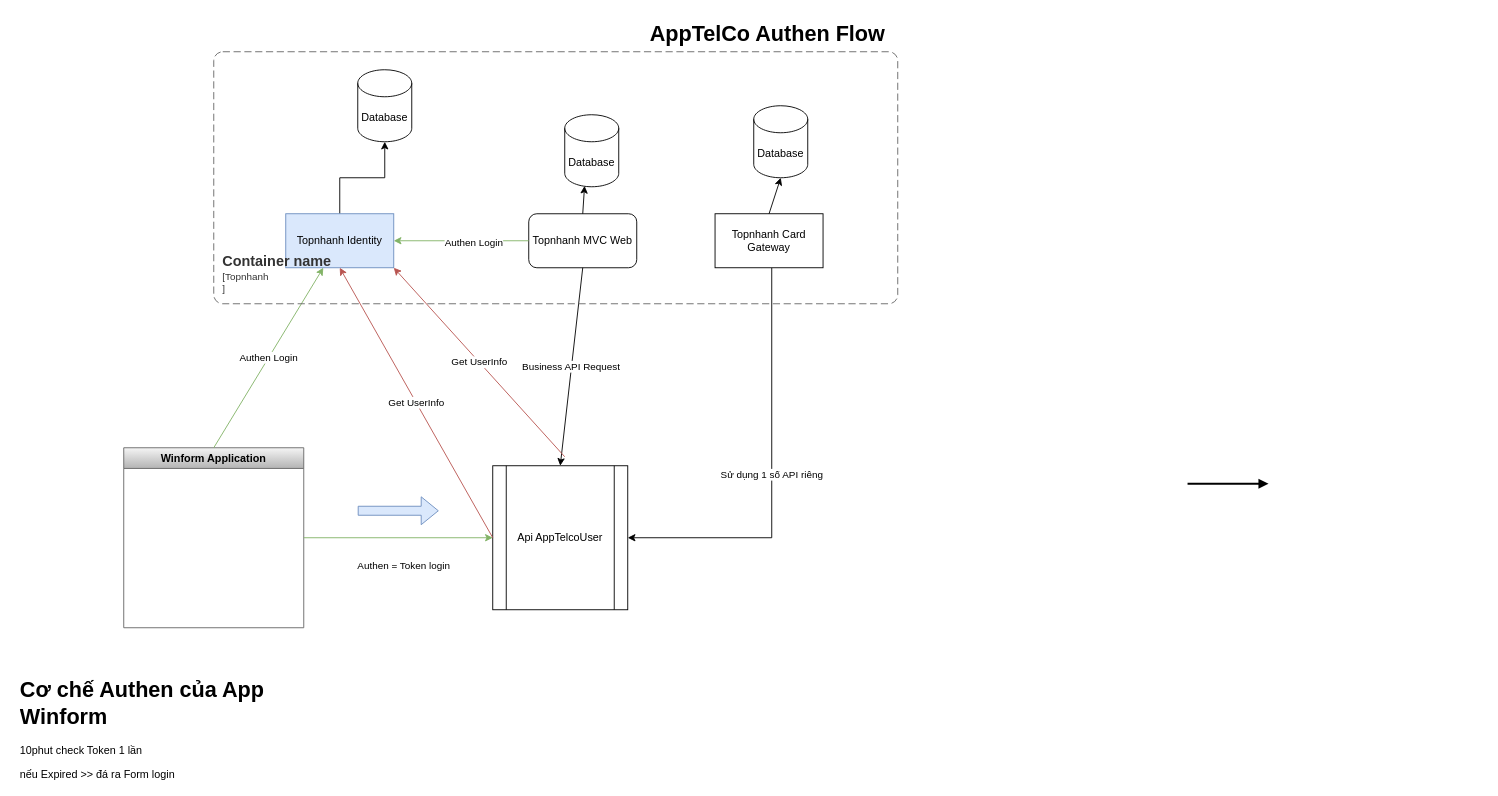
This is topnhanh/Untitled Diagram.drawio from bachdev/diagram, a draw.io file, before an edit. Source tidied: cells renumbered, new cells numbered last; positions are measured from the earlier drawing's top-left corner, leaving out a move shared by most shapes. Both pictures are drawn from the tidied source at 90%, with x=0, y=0 at pixel (15, 15).
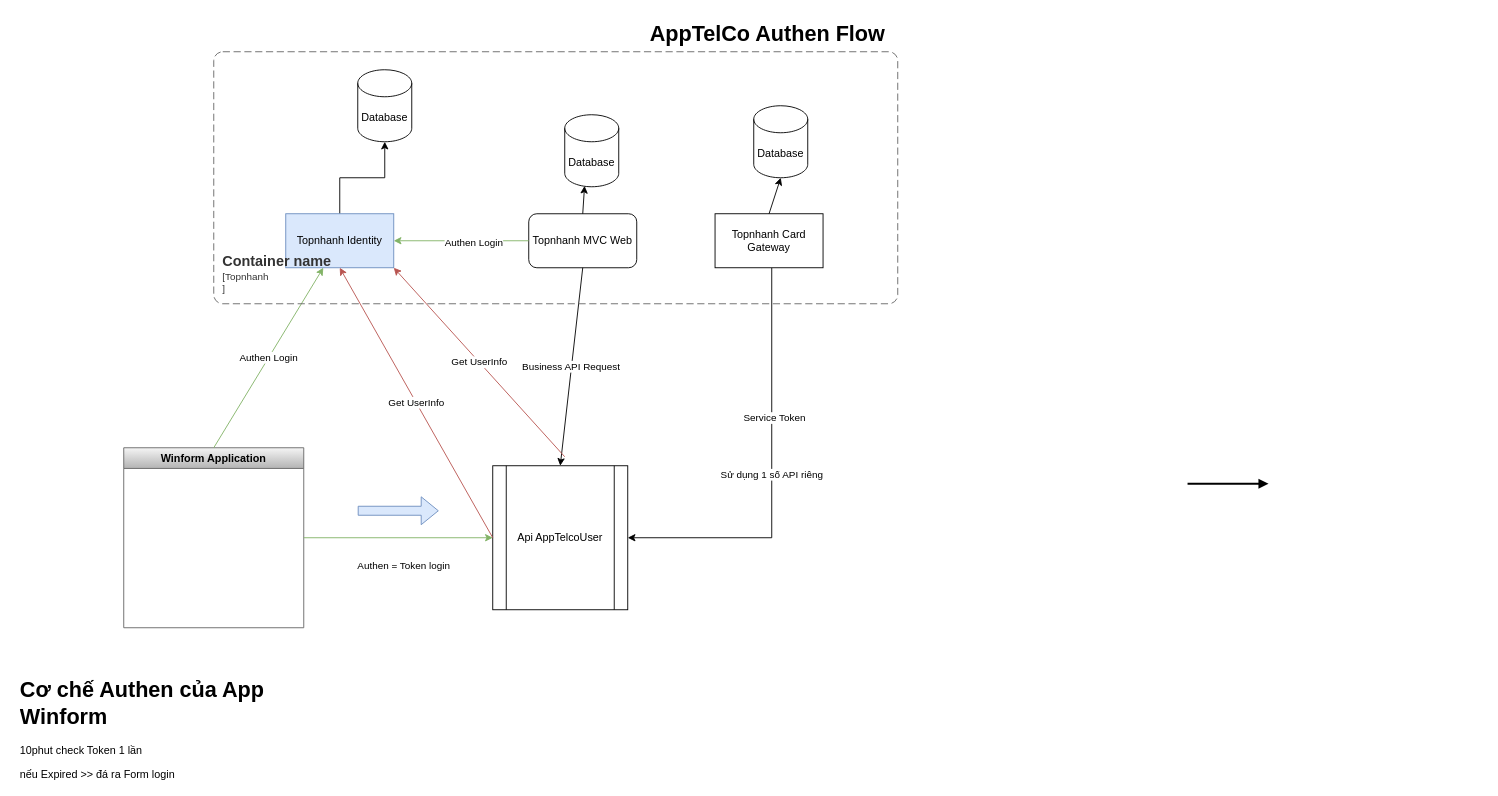
The same page after the edit.

The change refers to these unchanged cells:
```xml
<mxCell id="22" value="Sử dụng 1 số API riêng" style="edgeStyle=orthogonalEdgeStyle;rounded=0;jettySize=auto;html=1;entryX=1;entryY=0.5;entryDx=0;entryDy=0;" parent="1" edge="1" source="23" target="9">
  <mxGeometry relative="1" as="geometry">
    <Array as="points">
      <mxPoint x="840" y="580" />
    </Array>
  </mxGeometry>
</mxCell>
```

The edit, as a diff of the source:
```diff
@@
+    <mxCell id="27" value="Service Token" style="edgeLabel;html=1;align=center;verticalAlign=middle;strokeColor=#FF3333;fillColor=#FF3F0F;" parent="22" vertex="1">
+      <mxGeometry x="-0.28" y="2" relative="1" as="geometry" />
+    </mxCell>
```
